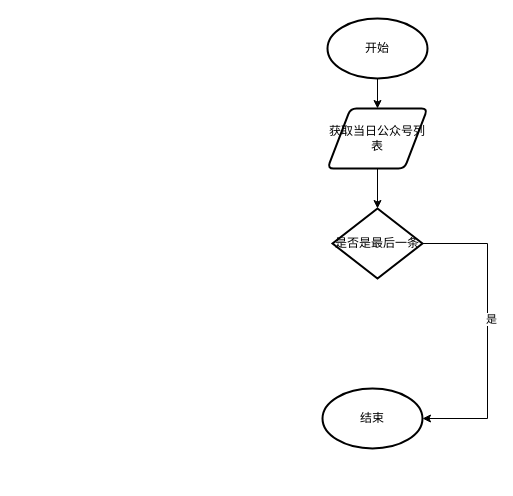
This is tupian/公众号研报获取流程.drawio from JJFatherL/biyesheji, a draw.io file, before an edit. Source tidied: cells renumbered, new cells numbered last; positions are measured from the earlier drawing's top-left corner, leaving out a move shared by most shapes. Both pictures are drawn from the tidied source at 100%, with x=0, y=0 at pixel (322, 18).
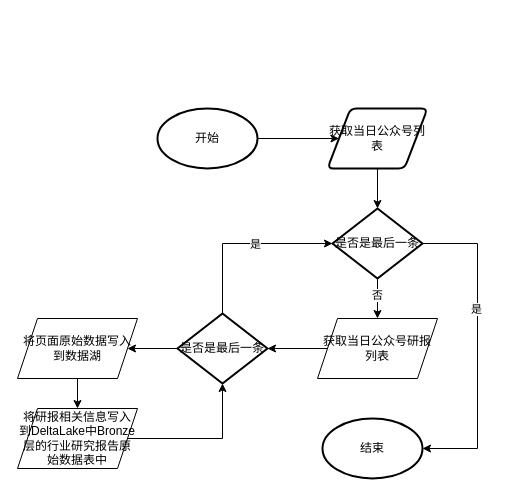
After the change.

Commit message (it also covers changes not shown here):
更新公众号研报获取流程.drawio

Unchanged cells that the change refers to:
```xml
<mxCell id="3" value="获取当日公众号列表" style="shape=parallelogram;html=1;strokeWidth=2;perimeter=parallelogramPerimeter;whiteSpace=wrap;rounded=1;arcSize=12;size=0.23;" parent="1" vertex="1">
  <mxGeometry x="5" y="90" width="100" height="60" as="geometry" />
</mxCell>
<mxCell id="8" value="是否是最后一条" style="strokeWidth=2;html=1;shape=mxgraph.flowchart.decision;whiteSpace=wrap;" parent="1" vertex="1">
  <mxGeometry x="10" y="190" width="90" height="70" as="geometry" />
</mxCell>
```

Diff of the diagram source:
```diff
@@
-    <mxCell id="4" style="edgeStyle=orthogonalEdgeStyle;rounded=0;jettySize=auto;html=1;exitX=0.5;exitY=1;exitDx=0;exitDy=0;exitPerimeter=0;entryX=0.5;entryY=0;entryDx=0;entryDy=0;" parent="1" edge="1" source="5" target="3">
+    <mxCell id="4" style="edgeStyle=orthogonalEdgeStyle;rounded=0;jettySize=auto;html=1;exitX=1;exitY=0.5;exitDx=0;exitDy=0;exitPerimeter=0;entryX=0;entryY=0.5;entryDx=0;entryDy=0;" parent="1" edge="1" source="5" target="3">
       <mxGeometry relative="1" as="geometry" />
     </mxCell>
     <mxCell id="5" value="开始" style="strokeWidth=2;html=1;shape=mxgraph.flowchart.start_1;whiteSpace=wrap;" parent="1" vertex="1">
-      <mxGeometry x="5" width="100" height="60" as="geometry" />
+      <mxGeometry x="-165" y="90" width="100" height="60" as="geometry" />
     </mxCell>
+    <mxCell id="10" style="edgeStyle=orthogonalEdgeStyle;rounded=0;jettySize=auto;html=1;exitX=0.5;exitY=1;exitDx=0;exitDy=0;exitPerimeter=0;entryX=0.5;entryY=0;entryDx=0;entryDy=0;" parent="1" edge="1" source="8" target="14">
+      <mxGeometry relative="1" as="geometry" />
+    </mxCell>
+    <mxCell id="11" value="否" style="edgeLabel;html=1;align=center;verticalAlign=middle;" parent="10" vertex="1">
+      <mxGeometry x="-0.2" y="-1" relative="1" as="geometry" />
+    </mxCell>
     <mxCell id="6" style="edgeStyle=orthogonalEdgeStyle;rounded=0;jettySize=auto;html=1;exitX=1;exitY=0.5;exitDx=0;exitDy=0;exitPerimeter=0;entryX=1;entryY=0.5;entryDx=0;entryDy=0;entryPerimeter=0;" parent="1" edge="1" source="8" target="9">
       <mxGeometry relative="1" as="geometry">
         <Array as="points">
-          <mxPoint x="165" y="225" />
-          <mxPoint x="165" y="400" />
+          <mxPoint x="155" y="225" />
+          <mxPoint x="155" y="430" />
         </Array>
       </mxGeometry>
     </mxCell>
-    <mxCell id="7" value="是" style="edgeLabel;html=1;align=center;verticalAlign=middle;" parent="6" vertex="1">
-      <mxGeometry x="-0.38" y="3" relative="1" as="geometry">
-        <mxPoint y="45" as="offset" />
-      </mxGeometry>
-    </mxCell>
+    <mxCell id="12" value="是" style="edgeLabel;html=1;align=center;verticalAlign=middle;" parent="6" vertex="1">
+      <mxGeometry x="-0.24" y="-2" relative="1" as="geometry" />
+    </mxCell>
@@
     <mxCell id="9" value="结束" style="strokeWidth=2;html=1;shape=mxgraph.flowchart.start_1;whiteSpace=wrap;" parent="1" vertex="1">
-      <mxGeometry y="370" width="100" height="60" as="geometry" />
+      <mxGeometry y="400" width="100" height="60" as="geometry" />
     </mxCell>
+    <mxCell id="13" style="edgeStyle=orthogonalEdgeStyle;rounded=0;jettySize=auto;html=1;exitX=0;exitY=0.5;exitDx=0;exitDy=0;entryX=1;entryY=0.5;entryDx=0;entryDy=0;entryPerimeter=0;" parent="1" edge="1" source="14" target="18">
+      <mxGeometry relative="1" as="geometry" />
+    </mxCell>
+    <mxCell id="14" value="获取当日公众号研报列表" style="shape=parallelogram;perimeter=parallelogramPerimeter;whiteSpace=wrap;html=1;fixedSize=1;" parent="1" vertex="1">
+      <mxGeometry x="-5" y="300" width="120" height="60" as="geometry" />
+    </mxCell>
+    <mxCell id="15" style="edgeStyle=orthogonalEdgeStyle;rounded=0;jettySize=auto;html=1;exitX=0.5;exitY=0;exitDx=0;exitDy=0;exitPerimeter=0;entryX=0;entryY=0.5;entryDx=0;entryDy=0;entryPerimeter=0;" parent="1" edge="1" source="18" target="8">
+      <mxGeometry relative="1" as="geometry" />
+    </mxCell>
+    <mxCell id="16" value="是" style="edgeLabel;html=1;align=center;verticalAlign=middle;" parent="15" vertex="1">
+      <mxGeometry x="0.13" relative="1" as="geometry" />
+    </mxCell>
+    <mxCell id="17" style="edgeStyle=orthogonalEdgeStyle;rounded=0;jettySize=auto;html=1;exitX=0;exitY=0.5;exitDx=0;exitDy=0;exitPerimeter=0;entryX=1;entryY=0.5;entryDx=0;entryDy=0;" parent="1" edge="1" source="18" target="20">
+      <mxGeometry relative="1" as="geometry" />
+    </mxCell>
+    <mxCell id="18" value="是否是最后一条" style="strokeWidth=2;html=1;shape=mxgraph.flowchart.decision;whiteSpace=wrap;" parent="1" vertex="1">
+      <mxGeometry x="-145" y="295" width="90" height="70" as="geometry" />
+    </mxCell>
+    <mxCell id="19" style="edgeStyle=orthogonalEdgeStyle;rounded=0;jettySize=auto;html=1;exitX=0.5;exitY=1;exitDx=0;exitDy=0;" parent="1" edge="1" source="20" target="22">
+      <mxGeometry relative="1" as="geometry" />
+    </mxCell>
+    <mxCell id="20" value="将页面原始数据写入到数据湖" style="shape=parallelogram;perimeter=parallelogramPerimeter;whiteSpace=wrap;html=1;fixedSize=1;" parent="1" vertex="1">
+      <mxGeometry x="-305" y="300" width="120" height="60" as="geometry" />
+    </mxCell>
+    <mxCell id="21" style="edgeStyle=orthogonalEdgeStyle;rounded=0;jettySize=auto;html=1;exitX=1;exitY=0.5;exitDx=0;exitDy=0;entryX=0.5;entryY=1;entryDx=0;entryDy=0;entryPerimeter=0;" parent="1" edge="1" source="22" target="18">
+      <mxGeometry relative="1" as="geometry" />
+    </mxCell>
+    <mxCell id="22" value="将研报相关信息写入到DeltaLake中Bronze层的行业研究报告原始数据表中" style="shape=parallelogram;perimeter=parallelogramPerimeter;whiteSpace=wrap;html=1;fixedSize=1;" parent="1" vertex="1">
+      <mxGeometry x="-305" y="390" width="120" height="60" as="geometry" />
+    </mxCell>
```
